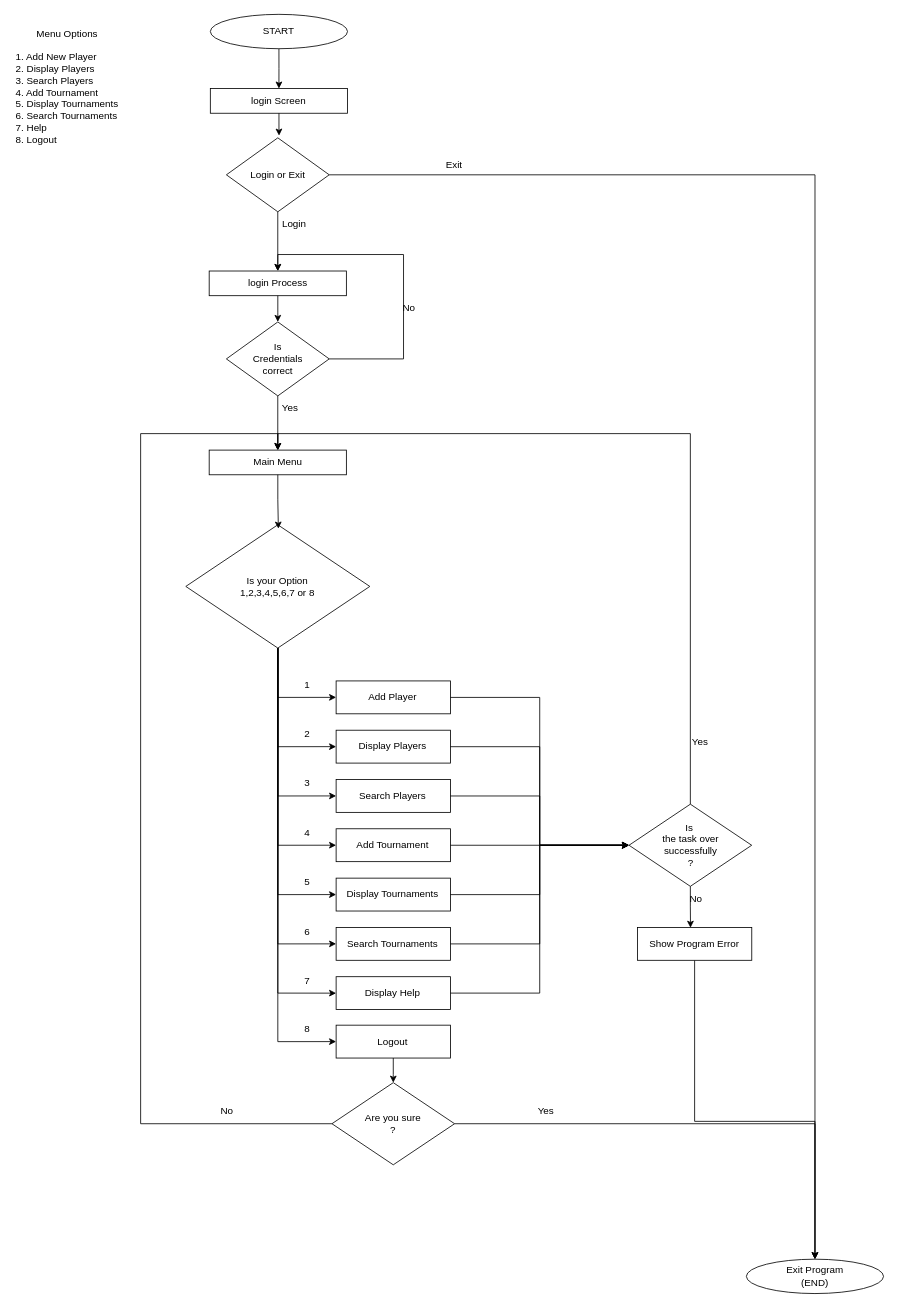
Above: javaChessAcademy.drawio in Anuja-jayasinghe/DrawIo_Projects (draw.io), before the change. Source tidied: cells renumbered, new cells numbered last; positions are measured from the earlier drawing's top-left corner, leaving out a move shared by most shapes. Both pictures are drawn from the tidied source at 82%, with x=0, y=0 at pixel (14, 14).
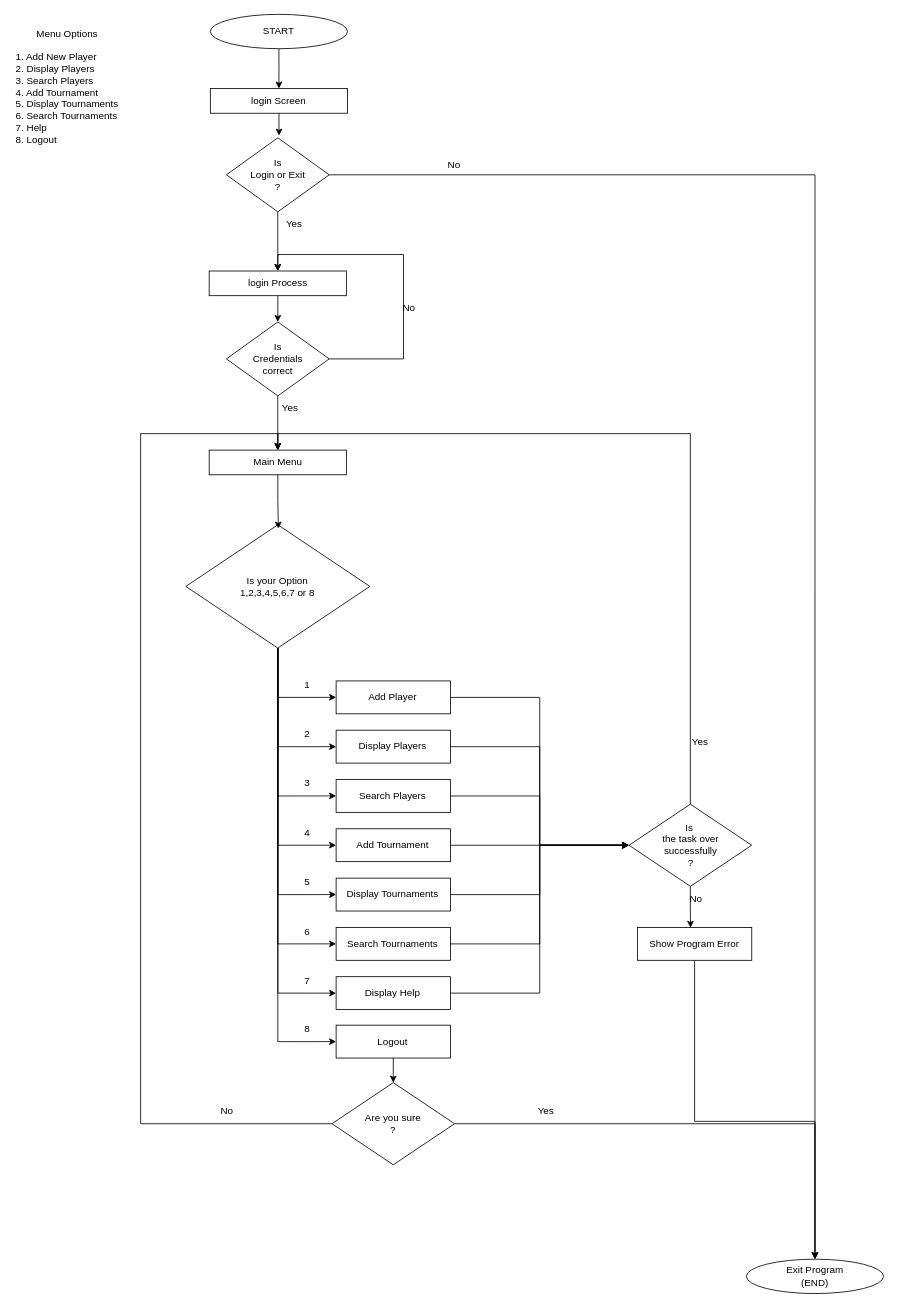
After the change.

The edit, as a diff of the source:
```diff
@@
-    <mxCell id="8" value="Login or Exit" style="rhombus;whiteSpace=wrap;html=1;" parent="1" vertex="1">
+    <mxCell id="8" value="Is&lt;div&gt;Login or Exit&lt;/div&gt;&lt;div&gt;?&lt;/div&gt;" style="rhombus;whiteSpace=wrap;html=1;" parent="1" vertex="1">
       <mxGeometry x="258.6" y="150.6" width="125.4" height="90.2" as="geometry" />
     </mxCell>
-    <mxCell id="9" value="Exit" style="text;html=1;align=center;verticalAlign=middle;strokeColor=none;fillColor=none;" parent="1" vertex="1">
+    <mxCell id="9" value="No" style="text;html=1;align=center;verticalAlign=middle;strokeColor=none;fillColor=none;" parent="1" vertex="1">
       <mxGeometry x="516.4" y="168.7" width="40" height="30" as="geometry" />
     </mxCell>
@@
-    <mxCell id="13" value="Login" style="text;html=1;align=center;verticalAlign=middle;strokeColor=none;fillColor=none;" parent="1" vertex="1">
-      <mxGeometry x="315.7" y="240.8" width="50" height="30" as="geometry" />
+    <mxCell id="13" value="Yes" style="text;html=1;align=center;verticalAlign=middle;strokeColor=none;fillColor=none;" parent="1" vertex="1">
+      <mxGeometry x="320.7" y="240.8" width="40" height="30" as="geometry" />
     </mxCell>
```
